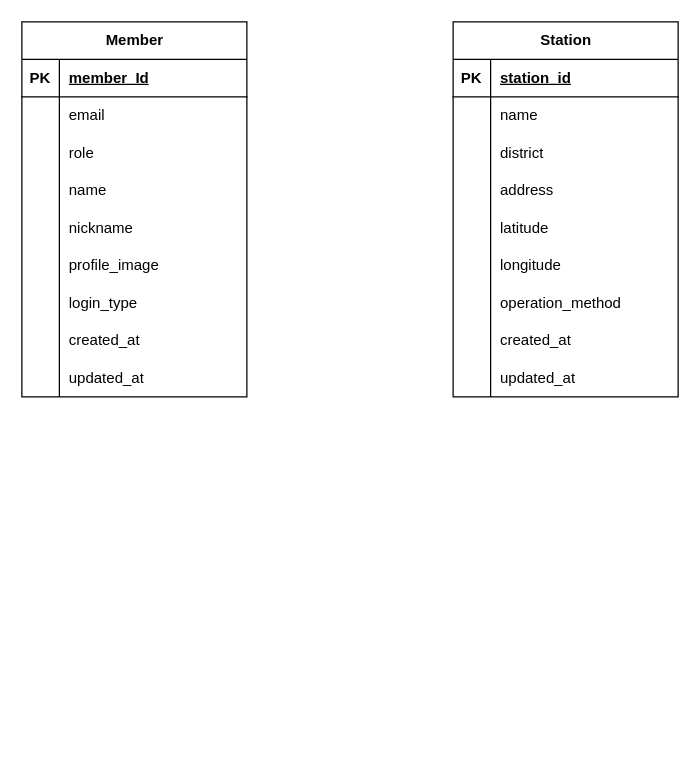
This is SessakBoriERD.drawio from 2025-All4Land-RideOn/ERD, a draw.io file, before an edit. Source tidied: cells renumbered, new cells numbered last; positions are measured from the earlier drawing's top-left corner, leaving out a move shared by most shapes. Both pictures are drawn from the tidied source at 125%, with x=0, y=0 at pixel (21, 21).
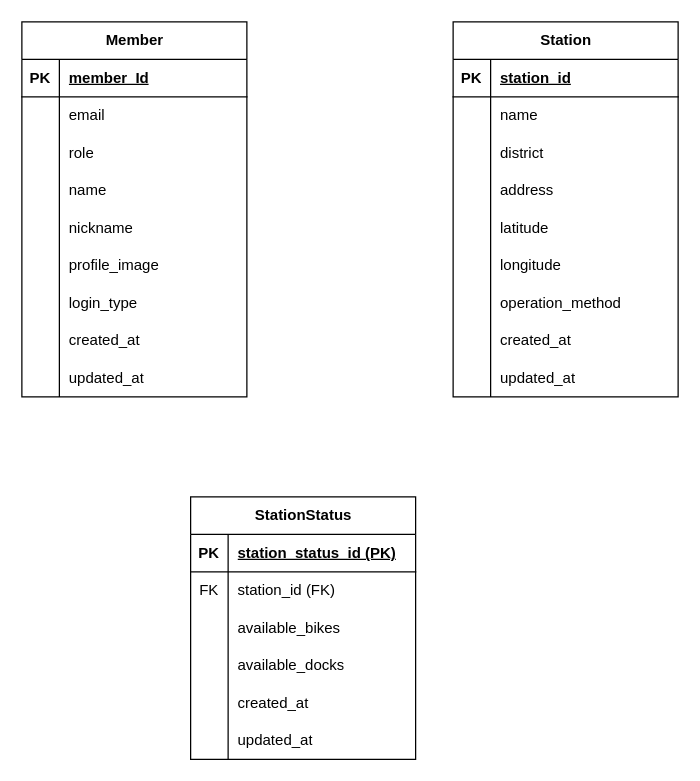
The same diagram, later.

Commit message:
docs: 자전거 대여소 동적 정보 저장 테이블 추가

Diff of the diagram source:
```diff
@@
+    <mxCell id="58" value="StationStatus" style="shape=table;startSize=30;childLayout=tableLayout;rowLines=0;fontStyle=1;align=center;html=1;" parent="1" vertex="1">
+      <mxGeometry x="135" y="380" width="180" height="210" as="geometry" />
+    </mxCell>
+    <mxCell id="59" style="shape=tableRow;horizontal=0;startSize=0;swimlaneHead=0;swimlaneBody=0;fillColor=none;top=0;left=0;right=0;bottom=1;" parent="58" vertex="1">
+      <mxGeometry y="30" width="180" height="30" as="geometry" />
+    </mxCell>
+    <mxCell id="60" value="PK" style="shape=partialRectangle;fillColor=none;top=0;left=0;bottom=0;right=0;fontStyle=1;overflow=hidden;whiteSpace=wrap;html=1;" parent="59" vertex="1">
+      <mxGeometry width="30" height="30" as="geometry" />
+    </mxCell>
+    <mxCell id="61" value="station_status_id (PK)" style="shape=partialRectangle;fillColor=none;top=0;left=0;bottom=0;right=0;align=left;spacingLeft=6;fontStyle=5;overflow=hidden;whiteSpace=wrap;html=1;" parent="59" vertex="1">
+      <mxGeometry x="30" width="150" height="30" as="geometry" />
+    </mxCell>
+    <mxCell id="62" style="shape=tableRow;horizontal=0;startSize=0;swimlaneHead=0;swimlaneBody=0;fillColor=none;top=0;left=0;right=0;bottom=0;" parent="58" vertex="1">
+      <mxGeometry y="60" width="180" height="30" as="geometry" />
+    </mxCell>
+    <mxCell id="63" value="FK" style="shape=partialRectangle;fillColor=none;top=0;left=0;bottom=0;right=0;overflow=hidden;whiteSpace=wrap;html=1;" parent="62" vertex="1">
+      <mxGeometry width="30" height="30" as="geometry" />
+    </mxCell>
+    <mxCell id="64" value="station_id (FK)" style="shape=partialRectangle;fillColor=none;top=0;left=0;bottom=0;right=0;align=left;spacingLeft=6;overflow=hidden;whiteSpace=wrap;html=1;" parent="62" vertex="1">
+      <mxGeometry x="30" width="150" height="30" as="geometry" />
+    </mxCell>
+    <mxCell id="65" style="shape=tableRow;horizontal=0;startSize=0;swimlaneHead=0;swimlaneBody=0;fillColor=none;top=0;left=0;right=0;bottom=0;" parent="58" vertex="1">
+      <mxGeometry y="90" width="180" height="30" as="geometry" />
+    </mxCell>
+    <mxCell id="66" style="shape=partialRectangle;fillColor=none;top=0;left=0;bottom=0;right=0;overflow=hidden;whiteSpace=wrap;html=1;" parent="65" vertex="1">
+      <mxGeometry width="30" height="30" as="geometry" />
+    </mxCell>
+    <mxCell id="67" value="available_bikes" style="shape=partialRectangle;fillColor=none;top=0;left=0;bottom=0;right=0;align=left;spacingLeft=6;overflow=hidden;whiteSpace=wrap;html=1;" parent="65" vertex="1">
+      <mxGeometry x="30" width="150" height="30" as="geometry" />
+    </mxCell>
+    <mxCell id="68" style="shape=tableRow;horizontal=0;startSize=0;swimlaneHead=0;swimlaneBody=0;fillColor=none;top=0;left=0;right=0;bottom=0;" parent="58" vertex="1">
+      <mxGeometry y="120" width="180" height="30" as="geometry" />
+    </mxCell>
+    <mxCell id="69" style="shape=partialRectangle;fillColor=none;top=0;left=0;bottom=0;right=0;overflow=hidden;whiteSpace=wrap;html=1;" parent="68" vertex="1">
+      <mxGeometry width="30" height="30" as="geometry" />
+    </mxCell>
+    <mxCell id="70" value="available_docks" style="shape=partialRectangle;fillColor=none;top=0;left=0;bottom=0;right=0;align=left;spacingLeft=6;overflow=hidden;whiteSpace=wrap;html=1;" parent="68" vertex="1">
+      <mxGeometry x="30" width="150" height="30" as="geometry" />
+    </mxCell>
+    <mxCell id="71" style="shape=tableRow;horizontal=0;startSize=0;swimlaneHead=0;swimlaneBody=0;fillColor=none;top=0;left=0;right=0;bottom=0;" parent="58" vertex="1">
+      <mxGeometry y="150" width="180" height="30" as="geometry" />
+    </mxCell>
+    <mxCell id="72" style="shape=partialRectangle;fillColor=none;top=0;left=0;bottom=0;right=0;overflow=hidden;whiteSpace=wrap;html=1;" parent="71" vertex="1">
+      <mxGeometry width="30" height="30" as="geometry" />
+    </mxCell>
+    <mxCell id="73" value="created_at" style="shape=partialRectangle;fillColor=none;top=0;left=0;bottom=0;right=0;align=left;spacingLeft=6;overflow=hidden;whiteSpace=wrap;html=1;" parent="71" vertex="1">
+      <mxGeometry x="30" width="150" height="30" as="geometry" />
+    </mxCell>
+    <mxCell id="74" style="shape=tableRow;horizontal=0;startSize=0;swimlaneHead=0;swimlaneBody=0;fillColor=none;top=0;left=0;right=0;bottom=0;" parent="58" vertex="1">
+      <mxGeometry y="180" width="180" height="30" as="geometry" />
+    </mxCell>
+    <mxCell id="75" style="shape=partialRectangle;fillColor=none;top=0;left=0;bottom=0;right=0;overflow=hidden;whiteSpace=wrap;html=1;" parent="74" vertex="1">
+      <mxGeometry width="30" height="30" as="geometry" />
+    </mxCell>
+    <mxCell id="76" value="updated_at" style="shape=partialRectangle;fillColor=none;top=0;left=0;bottom=0;right=0;align=left;spacingLeft=6;overflow=hidden;whiteSpace=wrap;html=1;" parent="74" vertex="1">
+      <mxGeometry x="30" width="150" height="30" as="geometry" />
+    </mxCell>
```
